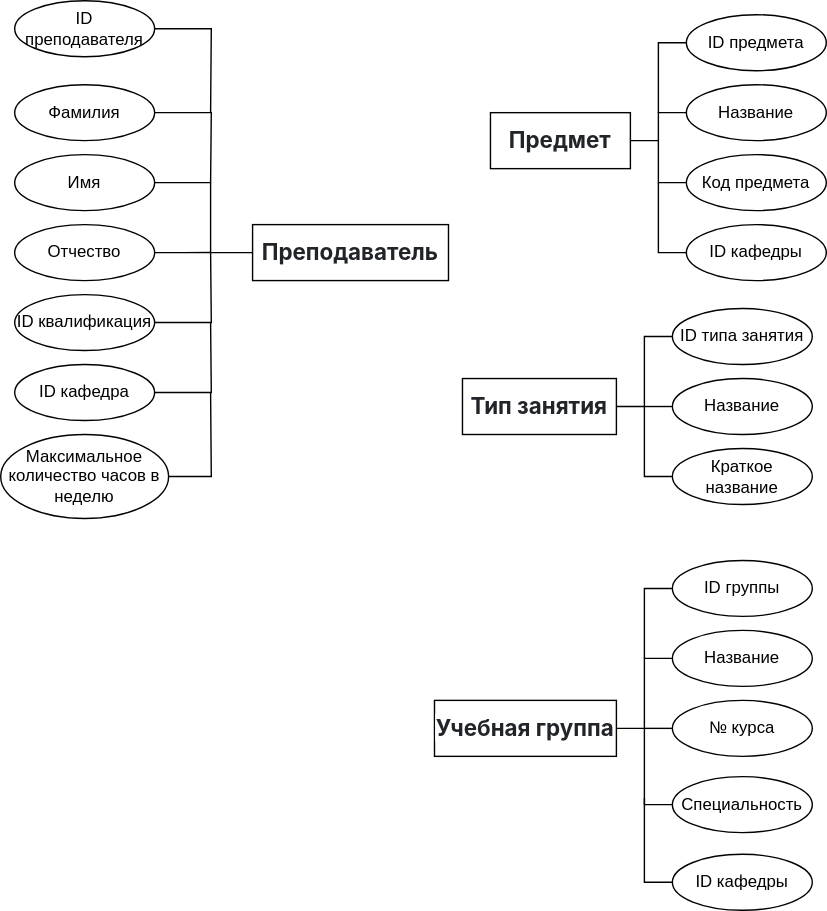
Above: db_concept.drawio.svg in ksinph/PSTU_LABS_2023 (draw.io), before the change. Source tidied: cells renumbered, new cells last; positions are measured from the earlier drawing's top-left corner, leaving out a move shared by most shapes. Source of this version:
```xml
<mxGraphModel>
  <root>
    <mxCell id="0" />
    <mxCell id="1" parent="0" />
    <mxCell id="2" value="&lt;span style=&quot;box-sizing: border-box; font-weight: bolder; color: rgb(33, 37, 41); font-family: -apple-system, BlinkMacSystemFont, &amp;quot;Segoe UI&amp;quot;, Roboto, &amp;quot;Helvetica Neue&amp;quot;, Arial, &amp;quot;Noto Sans&amp;quot;, sans-serif, &amp;quot;Apple Color Emoji&amp;quot;, &amp;quot;Segoe UI Emoji&amp;quot;, &amp;quot;Segoe UI Symbol&amp;quot;, &amp;quot;Noto Color Emoji&amp;quot;; font-size: 16px; text-align: left; background-color: rgb(255, 255, 255);&quot;&gt;Преподаватель&lt;/span&gt;" style="whiteSpace=wrap;html=1;align=center;" parent="1" vertex="1">
      <mxGeometry x="180" y="160" width="140" height="40" as="geometry" />
    </mxCell>
    <mxCell id="3" style="edgeStyle=orthogonalEdgeStyle;rounded=0;jettySize=auto;html=1;exitX=1;exitY=0.5;exitDx=0;exitDy=0;endArrow=none;startFill=0;" parent="1" edge="1" source="4">
      <mxGeometry relative="1" as="geometry">
        <mxPoint x="150" y="80" as="targetPoint" />
      </mxGeometry>
    </mxCell>
    <mxCell id="4" value="ID преподавателя" style="ellipse;whiteSpace=wrap;html=1;align=center;" parent="1" vertex="1">
      <mxGeometry x="10" width="100" height="40" as="geometry" />
    </mxCell>
    <mxCell id="5" style="edgeStyle=orthogonalEdgeStyle;rounded=0;jettySize=auto;html=1;exitX=1;exitY=0.5;exitDx=0;exitDy=0;endArrow=none;startFill=0;" parent="1" edge="1" source="6">
      <mxGeometry relative="1" as="geometry">
        <mxPoint x="150" y="130" as="targetPoint" />
      </mxGeometry>
    </mxCell>
    <mxCell id="6" value="Фамилия" style="ellipse;whiteSpace=wrap;html=1;align=center;" parent="1" vertex="1">
      <mxGeometry x="10" y="60" width="100" height="40" as="geometry" />
    </mxCell>
    <mxCell id="7" style="edgeStyle=orthogonalEdgeStyle;rounded=0;jettySize=auto;html=1;exitX=1;exitY=0.5;exitDx=0;exitDy=0;entryX=0;entryY=0.5;entryDx=0;entryDy=0;endArrow=none;startFill=0;" parent="1" edge="1" source="8" target="2">
      <mxGeometry relative="1" as="geometry">
        <Array as="points">
          <mxPoint x="150" y="130" />
          <mxPoint x="150" y="180" />
        </Array>
      </mxGeometry>
    </mxCell>
    <mxCell id="8" value="Имя" style="ellipse;whiteSpace=wrap;html=1;align=center;" parent="1" vertex="1">
      <mxGeometry x="10" y="110" width="100" height="40" as="geometry" />
    </mxCell>
    <mxCell id="9" style="edgeStyle=orthogonalEdgeStyle;rounded=0;jettySize=auto;html=1;exitX=1;exitY=0.5;exitDx=0;exitDy=0;endArrow=none;startFill=0;" parent="1" edge="1" source="10">
      <mxGeometry relative="1" as="geometry">
        <mxPoint x="150" y="179.9" as="targetPoint" />
      </mxGeometry>
    </mxCell>
    <mxCell id="10" value="Отчество" style="ellipse;whiteSpace=wrap;html=1;align=center;" parent="1" vertex="1">
      <mxGeometry x="10" y="160" width="100" height="40" as="geometry" />
    </mxCell>
    <mxCell id="11" style="edgeStyle=orthogonalEdgeStyle;rounded=0;jettySize=auto;html=1;exitX=1;exitY=0.5;exitDx=0;exitDy=0;endArrow=none;startFill=0;" parent="1" edge="1" source="12">
      <mxGeometry relative="1" as="geometry">
        <mxPoint x="150" y="180" as="targetPoint" />
      </mxGeometry>
    </mxCell>
    <mxCell id="12" value="ID квалификация" style="ellipse;whiteSpace=wrap;html=1;align=center;" parent="1" vertex="1">
      <mxGeometry x="10" y="210" width="100" height="40" as="geometry" />
    </mxCell>
    <mxCell id="13" style="edgeStyle=orthogonalEdgeStyle;rounded=0;jettySize=auto;html=1;exitX=1;exitY=0.5;exitDx=0;exitDy=0;endArrow=none;startFill=0;" parent="1" edge="1" source="14">
      <mxGeometry relative="1" as="geometry">
        <mxPoint x="150" y="230" as="targetPoint" />
      </mxGeometry>
    </mxCell>
    <mxCell id="14" value="ID кафедра" style="ellipse;whiteSpace=wrap;html=1;align=center;" parent="1" vertex="1">
      <mxGeometry x="10" y="260" width="100" height="40" as="geometry" />
    </mxCell>
    <mxCell id="15" style="edgeStyle=orthogonalEdgeStyle;rounded=0;jettySize=auto;html=1;exitX=1;exitY=0.5;exitDx=0;exitDy=0;endArrow=none;startFill=0;" parent="1" edge="1" source="16">
      <mxGeometry relative="1" as="geometry">
        <mxPoint x="150" y="280" as="targetPoint" />
      </mxGeometry>
    </mxCell>
    <mxCell id="16" value="Максимальное количество часов в неделю" style="ellipse;whiteSpace=wrap;html=1;align=center;" parent="1" vertex="1">
      <mxGeometry y="310" width="120" height="60" as="geometry" />
    </mxCell>
    <mxCell id="17" value="&lt;span style=&quot;box-sizing: border-box; font-weight: bolder; color: rgb(33, 37, 41); font-family: -apple-system, BlinkMacSystemFont, &amp;quot;Segoe UI&amp;quot;, Roboto, &amp;quot;Helvetica Neue&amp;quot;, Arial, &amp;quot;Noto Sans&amp;quot;, sans-serif, &amp;quot;Apple Color Emoji&amp;quot;, &amp;quot;Segoe UI Emoji&amp;quot;, &amp;quot;Segoe UI Symbol&amp;quot;, &amp;quot;Noto Color Emoji&amp;quot;; font-size: 16px; text-align: left; background-color: rgb(255, 255, 255);&quot;&gt;Предмет&lt;/span&gt;" style="whiteSpace=wrap;html=1;align=center;" parent="1" vertex="1">
      <mxGeometry x="350" y="80" width="100" height="40" as="geometry" />
    </mxCell>
    <mxCell id="18" style="edgeStyle=orthogonalEdgeStyle;rounded=0;jettySize=auto;html=1;exitX=0;exitY=0.5;exitDx=0;exitDy=0;endArrow=none;startFill=0;" parent="1" edge="1" source="19">
      <mxGeometry relative="1" as="geometry">
        <mxPoint x="470" y="80" as="targetPoint" />
      </mxGeometry>
    </mxCell>
    <mxCell id="19" value="ID предмета" style="ellipse;whiteSpace=wrap;html=1;align=center;" parent="1" vertex="1">
      <mxGeometry x="490" y="10" width="100" height="40" as="geometry" />
    </mxCell>
    <mxCell id="20" style="edgeStyle=orthogonalEdgeStyle;rounded=0;jettySize=auto;html=1;exitX=0;exitY=0.5;exitDx=0;exitDy=0;entryX=1;entryY=0.5;entryDx=0;entryDy=0;endArrow=none;startFill=0;" parent="1" edge="1" source="21" target="17">
      <mxGeometry relative="1" as="geometry" />
    </mxCell>
    <mxCell id="21" value="Название" style="ellipse;whiteSpace=wrap;html=1;align=center;" parent="1" vertex="1">
      <mxGeometry x="490" y="60" width="100" height="40" as="geometry" />
    </mxCell>
    <mxCell id="22" style="edgeStyle=orthogonalEdgeStyle;rounded=0;jettySize=auto;html=1;exitX=0;exitY=0.5;exitDx=0;exitDy=0;endArrow=none;startFill=0;" parent="1" edge="1" source="23">
      <mxGeometry relative="1" as="geometry">
        <mxPoint x="470" y="100" as="targetPoint" />
      </mxGeometry>
    </mxCell>
    <mxCell id="23" value="Код предмета" style="ellipse;whiteSpace=wrap;html=1;align=center;" parent="1" vertex="1">
      <mxGeometry x="490" y="110" width="100" height="40" as="geometry" />
    </mxCell>
    <mxCell id="24" style="edgeStyle=orthogonalEdgeStyle;rounded=0;jettySize=auto;html=1;exitX=0;exitY=0.5;exitDx=0;exitDy=0;endArrow=none;startFill=0;" parent="1" edge="1" source="25">
      <mxGeometry relative="1" as="geometry">
        <mxPoint x="470" y="130" as="targetPoint" />
      </mxGeometry>
    </mxCell>
    <mxCell id="25" value="ID кафедры" style="ellipse;whiteSpace=wrap;html=1;align=center;" parent="1" vertex="1">
      <mxGeometry x="490" y="160" width="100" height="40" as="geometry" />
    </mxCell>
    <mxCell id="26" value="&lt;span style=&quot;box-sizing: border-box; font-weight: bolder; color: rgb(33, 37, 41); font-family: -apple-system, BlinkMacSystemFont, &amp;quot;Segoe UI&amp;quot;, Roboto, &amp;quot;Helvetica Neue&amp;quot;, Arial, &amp;quot;Noto Sans&amp;quot;, sans-serif, &amp;quot;Apple Color Emoji&amp;quot;, &amp;quot;Segoe UI Emoji&amp;quot;, &amp;quot;Segoe UI Symbol&amp;quot;, &amp;quot;Noto Color Emoji&amp;quot;; font-size: 16px; text-align: left; background-color: rgb(255, 255, 255);&quot;&gt;Тип занятия&lt;/span&gt;" style="whiteSpace=wrap;html=1;align=center;" parent="1" vertex="1">
      <mxGeometry x="330" y="270" width="110" height="40" as="geometry" />
    </mxCell>
    <mxCell id="27" style="edgeStyle=orthogonalEdgeStyle;rounded=0;jettySize=auto;html=1;exitX=0;exitY=0.5;exitDx=0;exitDy=0;endArrow=none;startFill=0;" parent="1" edge="1" source="28">
      <mxGeometry relative="1" as="geometry">
        <mxPoint x="460" y="290" as="targetPoint" />
      </mxGeometry>
    </mxCell>
    <mxCell id="28" value="ID типа занятия" style="ellipse;whiteSpace=wrap;html=1;align=center;" parent="1" vertex="1">
      <mxGeometry x="480" y="220" width="100" height="40" as="geometry" />
    </mxCell>
    <mxCell id="29" style="edgeStyle=orthogonalEdgeStyle;rounded=0;jettySize=auto;html=1;exitX=0;exitY=0.5;exitDx=0;exitDy=0;endArrow=none;startFill=0;" parent="1" edge="1" source="30">
      <mxGeometry relative="1" as="geometry">
        <mxPoint x="460" y="290" as="targetPoint" />
      </mxGeometry>
    </mxCell>
    <mxCell id="30" value="Название" style="ellipse;whiteSpace=wrap;html=1;align=center;" parent="1" vertex="1">
      <mxGeometry x="480" y="270" width="100" height="40" as="geometry" />
    </mxCell>
    <mxCell id="31" style="edgeStyle=orthogonalEdgeStyle;rounded=0;jettySize=auto;html=1;exitX=0;exitY=0.5;exitDx=0;exitDy=0;entryX=1;entryY=0.5;entryDx=0;entryDy=0;endArrow=none;startFill=0;" parent="1" edge="1" source="32" target="26">
      <mxGeometry relative="1" as="geometry" />
    </mxCell>
    <mxCell id="32" value="Краткое название" style="ellipse;whiteSpace=wrap;html=1;align=center;" parent="1" vertex="1">
      <mxGeometry x="480" y="320" width="100" height="40" as="geometry" />
    </mxCell>
    <mxCell id="33" value="&lt;span style=&quot;box-sizing: border-box; font-weight: bolder; color: rgb(33, 37, 41); font-family: -apple-system, BlinkMacSystemFont, &amp;quot;Segoe UI&amp;quot;, Roboto, &amp;quot;Helvetica Neue&amp;quot;, Arial, &amp;quot;Noto Sans&amp;quot;, sans-serif, &amp;quot;Apple Color Emoji&amp;quot;, &amp;quot;Segoe UI Emoji&amp;quot;, &amp;quot;Segoe UI Symbol&amp;quot;, &amp;quot;Noto Color Emoji&amp;quot;; font-size: 16px; text-align: left; background-color: rgb(255, 255, 255);&quot;&gt;Учебная группа&lt;/span&gt;" style="whiteSpace=wrap;html=1;align=center;" parent="1" vertex="1">
      <mxGeometry x="310" y="500" width="130" height="40" as="geometry" />
    </mxCell>
    <mxCell id="34" style="edgeStyle=orthogonalEdgeStyle;rounded=0;jettySize=auto;html=1;exitX=0;exitY=0.5;exitDx=0;exitDy=0;endArrow=none;startFill=0;" parent="1" edge="1" source="35">
      <mxGeometry relative="1" as="geometry">
        <mxPoint x="460" y="470" as="targetPoint" />
      </mxGeometry>
    </mxCell>
    <mxCell id="35" value="ID группы" style="ellipse;whiteSpace=wrap;html=1;align=center;" parent="1" vertex="1">
      <mxGeometry x="480" y="400" width="100" height="40" as="geometry" />
    </mxCell>
    <mxCell id="36" style="edgeStyle=orthogonalEdgeStyle;rounded=0;jettySize=auto;html=1;exitX=0;exitY=0.5;exitDx=0;exitDy=0;endArrow=none;startFill=0;" parent="1" edge="1" source="37">
      <mxGeometry relative="1" as="geometry">
        <mxPoint x="460" y="520" as="targetPoint" />
      </mxGeometry>
    </mxCell>
    <mxCell id="37" value="Название" style="ellipse;whiteSpace=wrap;html=1;align=center;" parent="1" vertex="1">
      <mxGeometry x="480" y="450" width="100" height="40" as="geometry" />
    </mxCell>
    <mxCell id="38" style="edgeStyle=orthogonalEdgeStyle;rounded=0;jettySize=auto;html=1;exitX=0;exitY=0.5;exitDx=0;exitDy=0;endArrow=none;startFill=0;" parent="1" edge="1" source="39">
      <mxGeometry relative="1" as="geometry">
        <mxPoint x="460" y="519.7" as="targetPoint" />
      </mxGeometry>
    </mxCell>
    <mxCell id="39" value="№ курса" style="ellipse;whiteSpace=wrap;html=1;align=center;" parent="1" vertex="1">
      <mxGeometry x="480" y="500" width="100" height="40" as="geometry" />
    </mxCell>
    <mxCell id="40" style="edgeStyle=orthogonalEdgeStyle;rounded=0;jettySize=auto;html=1;exitX=0;exitY=0.5;exitDx=0;exitDy=0;entryX=1;entryY=0.5;entryDx=0;entryDy=0;endArrow=none;startFill=0;" parent="1" edge="1" source="41" target="33">
      <mxGeometry relative="1" as="geometry" />
    </mxCell>
    <mxCell id="41" value="Специальность" style="ellipse;whiteSpace=wrap;html=1;align=center;" parent="1" vertex="1">
      <mxGeometry x="480" y="554.5" width="100" height="40" as="geometry" />
    </mxCell>
    <mxCell id="42" style="edgeStyle=orthogonalEdgeStyle;rounded=0;jettySize=auto;html=1;exitX=0;exitY=0.5;exitDx=0;exitDy=0;endArrow=none;startFill=0;" parent="1" edge="1" source="43">
      <mxGeometry relative="1" as="geometry">
        <mxPoint x="460" y="570" as="targetPoint" />
      </mxGeometry>
    </mxCell>
    <mxCell id="43" value="ID кафедры" style="ellipse;whiteSpace=wrap;html=1;align=center;" parent="1" vertex="1">
      <mxGeometry x="480" y="610" width="100" height="40" as="geometry" />
    </mxCell>
  </root>
</mxGraphModel>
```
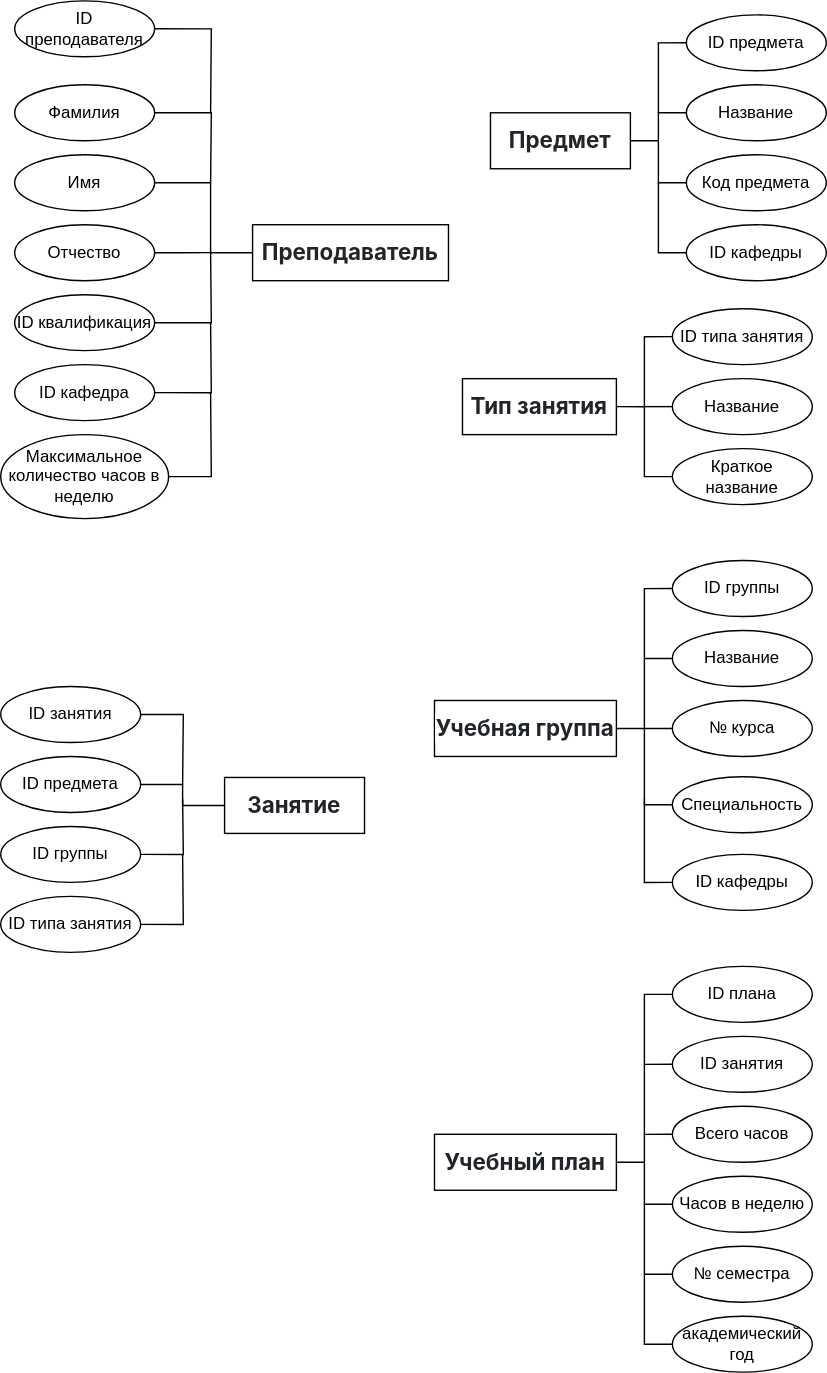
Later version of the same file.

Change to the diagram source:
```diff
@@ -163,5 +163,87 @@
     <mxCell id="43" value="ID кафедры" style="ellipse;whiteSpace=wrap;html=1;align=center;" parent="1" vertex="1">
       <mxGeometry x="480" y="610" width="100" height="40" as="geometry" />
     </mxCell>
+    <mxCell id="44" value="&lt;span style=&quot;box-sizing: border-box; font-weight: bolder; color: rgb(33, 37, 41); font-family: -apple-system, BlinkMacSystemFont, &amp;quot;Segoe UI&amp;quot;, Roboto, &amp;quot;Helvetica Neue&amp;quot;, Arial, &amp;quot;Noto Sans&amp;quot;, sans-serif, &amp;quot;Apple Color Emoji&amp;quot;, &amp;quot;Segoe UI Emoji&amp;quot;, &amp;quot;Segoe UI Symbol&amp;quot;, &amp;quot;Noto Color Emoji&amp;quot;; font-size: 16px; text-align: left; background-color: rgb(255, 255, 255);&quot;&gt;Учебный план&lt;/span&gt;" style="whiteSpace=wrap;html=1;align=center;" parent="1" vertex="1">
+      <mxGeometry x="310" y="810" width="130" height="40" as="geometry" />
+    </mxCell>
+    <mxCell id="45" style="edgeStyle=orthogonalEdgeStyle;rounded=0;jettySize=auto;html=1;exitX=0;exitY=0.5;exitDx=0;exitDy=0;endArrow=none;startFill=0;" parent="1" edge="1" source="46">
+      <mxGeometry relative="1" as="geometry">
+        <mxPoint x="460" y="760" as="targetPoint" />
+      </mxGeometry>
+    </mxCell>
+    <mxCell id="46" value="ID плана" style="ellipse;whiteSpace=wrap;html=1;align=center;" parent="1" vertex="1">
+      <mxGeometry x="480" y="690" width="100" height="40" as="geometry" />
+    </mxCell>
+    <mxCell id="47" style="edgeStyle=orthogonalEdgeStyle;rounded=0;jettySize=auto;html=1;exitX=0;exitY=0.5;exitDx=0;exitDy=0;endArrow=none;startFill=0;" parent="1" edge="1" source="48">
+      <mxGeometry relative="1" as="geometry">
+        <mxPoint x="460" y="810" as="targetPoint" />
+      </mxGeometry>
+    </mxCell>
+    <mxCell id="48" value="ID занятия" style="ellipse;whiteSpace=wrap;html=1;align=center;" parent="1" vertex="1">
+      <mxGeometry x="480" y="740" width="100" height="40" as="geometry" />
+    </mxCell>
+    <mxCell id="49" style="edgeStyle=orthogonalEdgeStyle;rounded=0;jettySize=auto;html=1;exitX=0;exitY=0.5;exitDx=0;exitDy=0;endArrow=none;startFill=0;" parent="1" edge="1" source="50">
+      <mxGeometry relative="1" as="geometry">
+        <mxPoint x="460" y="830" as="targetPoint" />
+      </mxGeometry>
+    </mxCell>
+    <mxCell id="50" value="Всего часов" style="ellipse;whiteSpace=wrap;html=1;align=center;" parent="1" vertex="1">
+      <mxGeometry x="480" y="790" width="100" height="40" as="geometry" />
+    </mxCell>
+    <mxCell id="51" style="edgeStyle=orthogonalEdgeStyle;rounded=0;jettySize=auto;html=1;exitX=0;exitY=0.5;exitDx=0;exitDy=0;endArrow=none;startFill=0;" parent="1" edge="1" source="52" target="44">
+      <mxGeometry relative="1" as="geometry" />
+    </mxCell>
+    <mxCell id="52" value="Часов в неделю" style="ellipse;whiteSpace=wrap;html=1;align=center;" parent="1" vertex="1">
+      <mxGeometry x="480" y="840" width="100" height="40" as="geometry" />
+    </mxCell>
+    <mxCell id="53" style="edgeStyle=orthogonalEdgeStyle;rounded=0;jettySize=auto;html=1;exitX=0;exitY=0.5;exitDx=0;exitDy=0;endArrow=none;startFill=0;" parent="1" edge="1" source="54">
+      <mxGeometry relative="1" as="geometry">
+        <mxPoint x="460" y="860" as="targetPoint" />
+      </mxGeometry>
+    </mxCell>
+    <mxCell id="54" value="№ семестра" style="ellipse;whiteSpace=wrap;html=1;align=center;" parent="1" vertex="1">
+      <mxGeometry x="480" y="890" width="100" height="40" as="geometry" />
+    </mxCell>
+    <mxCell id="55" style="edgeStyle=orthogonalEdgeStyle;rounded=0;jettySize=auto;html=1;exitX=0;exitY=0.5;exitDx=0;exitDy=0;endArrow=none;startFill=0;" parent="1" edge="1" source="56">
+      <mxGeometry relative="1" as="geometry">
+        <mxPoint x="460" y="910" as="targetPoint" />
+      </mxGeometry>
+    </mxCell>
+    <mxCell id="56" value="академический год" style="ellipse;whiteSpace=wrap;html=1;align=center;" parent="1" vertex="1">
+      <mxGeometry x="480" y="940" width="100" height="40" as="geometry" />
+    </mxCell>
+    <mxCell id="57" value="&lt;span style=&quot;box-sizing: border-box; font-weight: bolder; color: rgb(33, 37, 41); font-family: -apple-system, BlinkMacSystemFont, &amp;quot;Segoe UI&amp;quot;, Roboto, &amp;quot;Helvetica Neue&amp;quot;, Arial, &amp;quot;Noto Sans&amp;quot;, sans-serif, &amp;quot;Apple Color Emoji&amp;quot;, &amp;quot;Segoe UI Emoji&amp;quot;, &amp;quot;Segoe UI Symbol&amp;quot;, &amp;quot;Noto Color Emoji&amp;quot;; font-size: 16px; text-align: left; background-color: rgb(255, 255, 255);&quot;&gt;Занятие&lt;/span&gt;" style="whiteSpace=wrap;html=1;align=center;" parent="1" vertex="1">
+      <mxGeometry x="160" y="555" width="100" height="40" as="geometry" />
+    </mxCell>
+    <mxCell id="58" style="edgeStyle=orthogonalEdgeStyle;rounded=0;jettySize=auto;html=1;exitX=1;exitY=0.5;exitDx=0;exitDy=0;endArrow=none;startFill=0;" parent="1" edge="1" source="59">
+      <mxGeometry relative="1" as="geometry">
+        <mxPoint x="130" y="560" as="targetPoint" />
+      </mxGeometry>
+    </mxCell>
+    <mxCell id="59" value="ID занятия" style="ellipse;whiteSpace=wrap;html=1;align=center;" parent="1" vertex="1">
+      <mxGeometry y="490" width="100" height="40" as="geometry" />
+    </mxCell>
+    <mxCell id="60" style="edgeStyle=orthogonalEdgeStyle;rounded=0;jettySize=auto;html=1;exitX=1;exitY=0.5;exitDx=0;exitDy=0;endArrow=none;startFill=0;" parent="1" edge="1" source="61" target="57">
+      <mxGeometry relative="1" as="geometry" />
+    </mxCell>
+    <mxCell id="61" value="ID предмета" style="ellipse;whiteSpace=wrap;html=1;align=center;" parent="1" vertex="1">
+      <mxGeometry y="540" width="100" height="40" as="geometry" />
+    </mxCell>
+    <mxCell id="62" style="edgeStyle=orthogonalEdgeStyle;rounded=0;jettySize=auto;html=1;exitX=1;exitY=0.5;exitDx=0;exitDy=0;endArrow=none;startFill=0;" parent="1" edge="1" source="63">
+      <mxGeometry relative="1" as="geometry">
+        <mxPoint x="130" y="570" as="targetPoint" />
+      </mxGeometry>
+    </mxCell>
+    <mxCell id="63" value="ID группы" style="ellipse;whiteSpace=wrap;html=1;align=center;" parent="1" vertex="1">
+      <mxGeometry y="590" width="100" height="40" as="geometry" />
+    </mxCell>
+    <mxCell id="64" style="edgeStyle=orthogonalEdgeStyle;rounded=0;jettySize=auto;html=1;exitX=1;exitY=0.5;exitDx=0;exitDy=0;endArrow=none;startFill=0;" parent="1" edge="1" source="65">
+      <mxGeometry relative="1" as="geometry">
+        <mxPoint x="130" y="610" as="targetPoint" />
+      </mxGeometry>
+    </mxCell>
+    <mxCell id="65" value="ID типа занятия" style="ellipse;whiteSpace=wrap;html=1;align=center;" parent="1" vertex="1">
+      <mxGeometry y="640" width="100" height="40" as="geometry" />
+    </mxCell>
   </root>
 </mxGraphModel>
```
